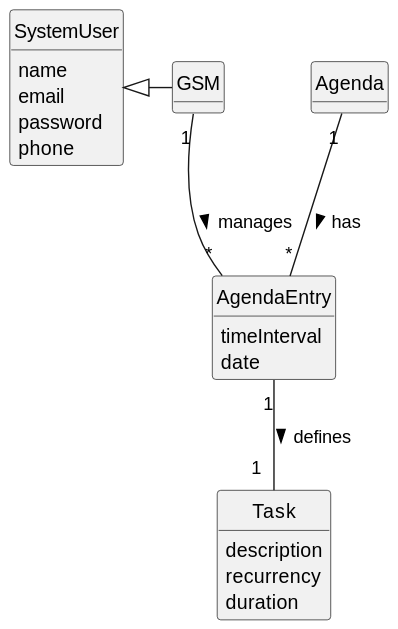
This is docs/sprintC/us025/02.analysis/svg/us025-domain-model.svg from Departamento-de-Engenharia-Informatica/lei-24-s2-1do-g164, a PlantUML export, as it was before one commit. The source it was exported from:
```plantuml
@startuml
skinparam monochrome true
skinparam packageStyle rectangle
skinparam shadowing false



skinparam classAttributeIconSize 0

hide circle
hide methods


class SystemUser {
    name
    email
    password
    phone

}
class GSM {

}


class Agenda {
}

class AgendaEntry {

    timeInterval
    date
}


class Task {
    description
    recurrency
    duration
}

Agenda "1" -- "*" AgendaEntry : has >
AgendaEntry "1" -- "1  " Task : defines >
SystemUser <|- GSM
GSM "1" -- "*" AgendaEntry: manages >
@enduml
```
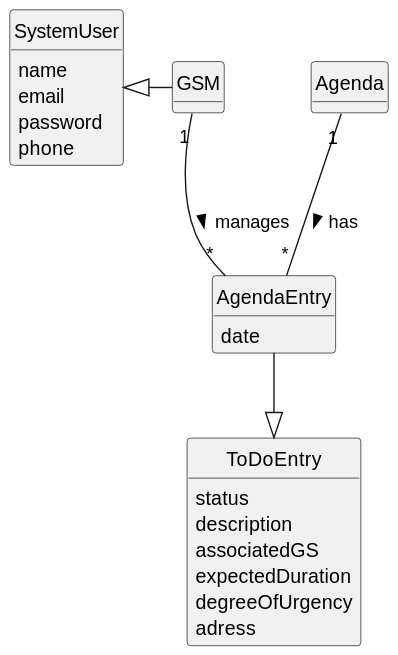
After the commit.

The edit, as a diff of the source:
```diff
@@ -27,20 +27,20 @@
 }
 
 class AgendaEntry {
+    date
 
-    timeInterval
-    date
 }
 
-
-class Task {
-    description
-    recurrency
-    duration
+class ToDoEntry {
+        status
+        description
+        associatedGS
+        expectedDuration
+        degreeOfUrgency
+        adress
 }
-
 Agenda "1" -- "*" AgendaEntry : has >
-AgendaEntry "1" -- "1  " Task : defines >
 SystemUser <|- GSM
 GSM "1" -- "*" AgendaEntry: manages >
+AgendaEntry --|> ToDoEntry
 @enduml
```
